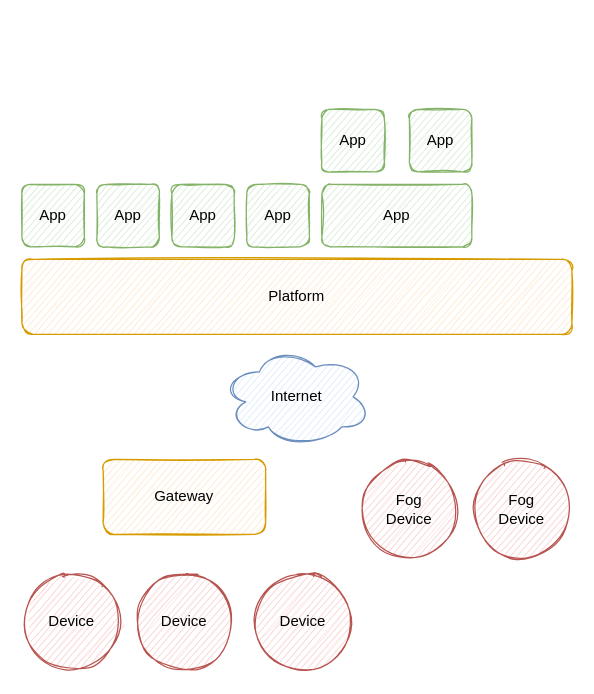
Before: page "Big Picture" (1 of 2) of platform/diag/platform.drawio in citado/iot-lecture, a draw.io diagram. Source tidied: cells renumbered, new cells numbered last; positions are measured from the earlier drawing's top-left corner, leaving out a move shared by most shapes. Both pictures are drawn from the tidied source at 125%, with x=0, y=0 at pixel (21, 109).
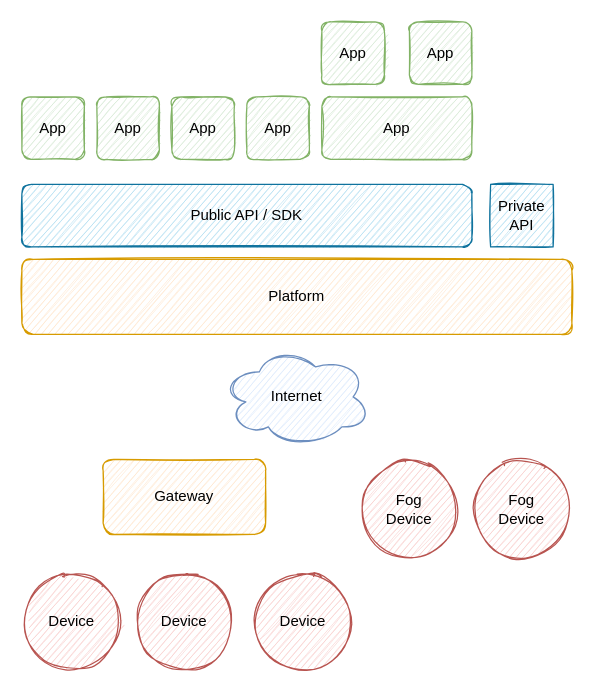
The same page after the edit.

Commit message:
feat: update platform diagram

Change to the diagram source:
```diff
@@
 <mxGraphModel>
   <root>
     <mxCell id="0" />
     <mxCell id="1" parent="0" />
     <mxCell id="2" value="Platform" style="whiteSpace=wrap;html=1;fillColor=#ffe6cc;strokeColor=#d79b00;sketch=1;rounded=1;" parent="1" vertex="1">
       <mxGeometry y="120" width="440" height="60" as="geometry" />
     </mxCell>
     <mxCell id="3" value="Internet" style="ellipse;shape=cloud;whiteSpace=wrap;html=1;fillColor=#dae8fc;strokeColor=#6c8ebf;sketch=1;rounded=1;" parent="1" vertex="1">
       <mxGeometry x="160" y="190" width="120" height="80" as="geometry" />
     </mxCell>
     <mxCell id="4" value="App" style="whiteSpace=wrap;html=1;fillColor=#d5e8d4;strokeColor=#82b366;sketch=1;rounded=1;" parent="1" vertex="1">
-      <mxGeometry y="60" width="50" height="50" as="geometry" />
+      <mxGeometry y="-10" width="50" height="50" as="geometry" />
     </mxCell>
     <mxCell id="5" value="App" style="whiteSpace=wrap;html=1;fillColor=#d5e8d4;strokeColor=#82b366;sketch=1;rounded=1;" parent="1" vertex="1">
-      <mxGeometry x="60" y="60" width="50" height="50" as="geometry" />
+      <mxGeometry x="60" y="-10" width="50" height="50" as="geometry" />
     </mxCell>
     <mxCell id="6" value="App" style="whiteSpace=wrap;html=1;fillColor=#d5e8d4;strokeColor=#82b366;sketch=1;rounded=1;" parent="1" vertex="1">
-      <mxGeometry x="120" y="60" width="50" height="50" as="geometry" />
+      <mxGeometry x="120" y="-10" width="50" height="50" as="geometry" />
     </mxCell>
     <mxCell id="7" value="App" style="whiteSpace=wrap;html=1;fillColor=#d5e8d4;strokeColor=#82b366;sketch=1;rounded=1;" parent="1" vertex="1">
-      <mxGeometry x="180" y="60" width="50" height="50" as="geometry" />
+      <mxGeometry x="180" y="-10" width="50" height="50" as="geometry" />
     </mxCell>
     <mxCell id="8" value="App" style="whiteSpace=wrap;html=1;fillColor=#d5e8d4;strokeColor=#82b366;sketch=1;rounded=1;" parent="1" vertex="1">
-      <mxGeometry x="240" y="60" width="120" height="50" as="geometry" />
+      <mxGeometry x="240" y="-10" width="120" height="50" as="geometry" />
     </mxCell>
     <mxCell id="9" value="App" style="whiteSpace=wrap;html=1;fillColor=#d5e8d4;strokeColor=#82b366;sketch=1;rounded=1;" parent="1" vertex="1">
-      <mxGeometry x="240" width="50" height="50" as="geometry" />
+      <mxGeometry x="240" y="-70" width="50" height="50" as="geometry" />
     </mxCell>
     <mxCell id="10" value="App" style="whiteSpace=wrap;html=1;fillColor=#d5e8d4;strokeColor=#82b366;sketch=1;rounded=1;" parent="1" vertex="1">
-      <mxGeometry x="310" width="50" height="50" as="geometry" />
+      <mxGeometry x="310" y="-70" width="50" height="50" as="geometry" />
     </mxCell>
     <mxCell id="11" value="Device" style="ellipse;whiteSpace=wrap;html=1;fillColor=#f8cecc;strokeColor=#b85450;sketch=1;rounded=1;" parent="1" vertex="1">
       <mxGeometry y="370" width="80" height="80" as="geometry" />
     </mxCell>
     <mxCell id="12" value="Device" style="ellipse;whiteSpace=wrap;html=1;fillColor=#f8cecc;strokeColor=#b85450;sketch=1;rounded=1;" parent="1" vertex="1">
       <mxGeometry x="90" y="370" width="80" height="80" as="geometry" />
     </mxCell>
     <mxCell id="13" value="Device" style="ellipse;whiteSpace=wrap;html=1;fillColor=#f8cecc;strokeColor=#b85450;sketch=1;rounded=1;" parent="1" vertex="1">
       <mxGeometry x="185" y="370" width="80" height="80" as="geometry" />
     </mxCell>
     <mxCell id="14" value="Fog&lt;br&gt;Device" style="ellipse;whiteSpace=wrap;html=1;fillColor=#f8cecc;strokeColor=#b85450;sketch=1;rounded=1;" parent="1" vertex="1">
       <mxGeometry x="270" y="280" width="80" height="80" as="geometry" />
     </mxCell>
     <mxCell id="15" value="Fog&lt;br&gt;Device" style="ellipse;whiteSpace=wrap;html=1;fillColor=#f8cecc;strokeColor=#b85450;sketch=1;rounded=1;" parent="1" vertex="1">
       <mxGeometry x="360" y="280" width="80" height="80" as="geometry" />
     </mxCell>
     <mxCell id="16" value="Gateway" style="rounded=1;whiteSpace=wrap;html=1;fillColor=#ffe6cc;strokeColor=#d79b00;sketch=1;" parent="1" vertex="1">
       <mxGeometry x="65" y="280" width="130" height="60" as="geometry" />
     </mxCell>
+    <mxCell id="17" value="Public API / SDK" style="whiteSpace=wrap;html=1;fillColor=#b1ddf0;strokeColor=#10739e;sketch=1;rounded=1;" parent="1" vertex="1">
+      <mxGeometry y="60" width="360" height="50" as="geometry" />
+    </mxCell>
+    <mxCell id="18" value="Private API" style="whiteSpace=wrap;html=1;sketch=1;fillColor=#b1ddf0;strokeColor=#10739e;" parent="1" vertex="1">
+      <mxGeometry x="375" y="60" width="50" height="50" as="geometry" />
+    </mxCell>
   </root>
 </mxGraphModel>
```
